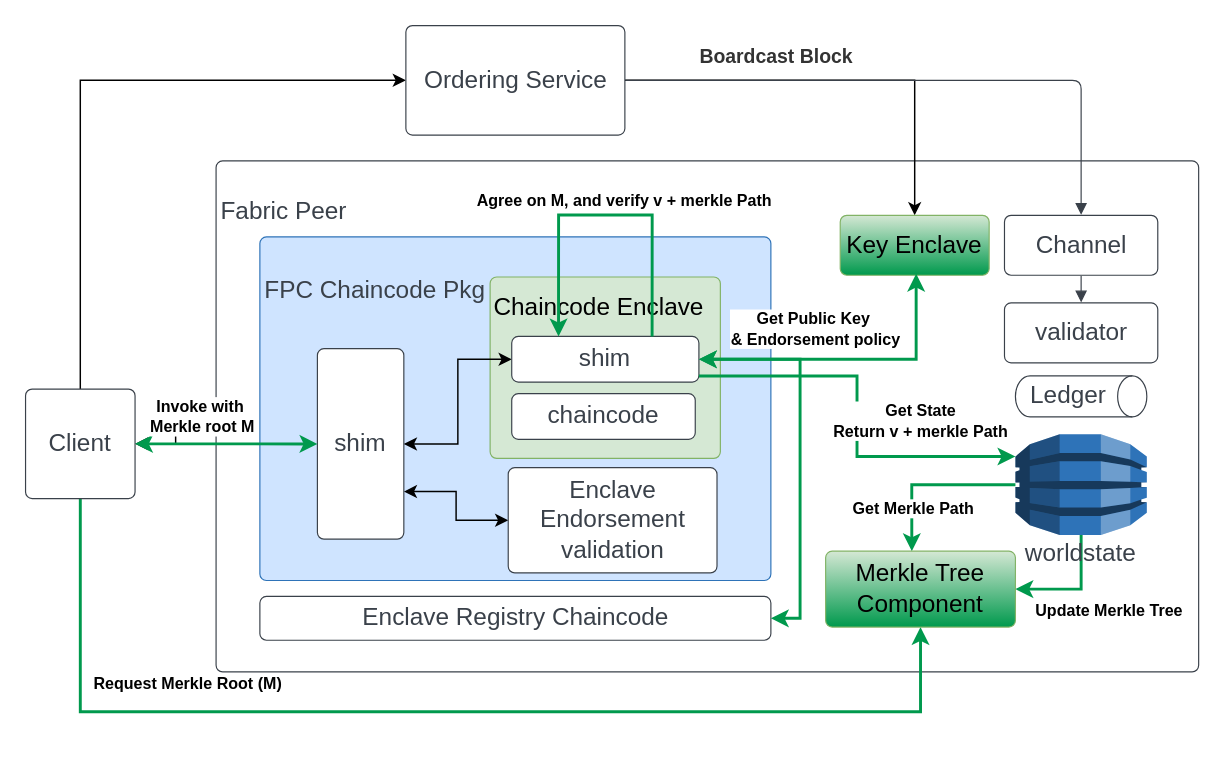
Above: MerkleArchitecture.drawio in chenchanglew/systex2024 (draw.io), before the change. Source tidied: cells renumbered, new cells numbered last; positions are measured from the earlier drawing's top-left corner, leaving out a move shared by most shapes. Both pictures are drawn from the tidied source at 146%, with x=0, y=0 at pixel (25, 25).
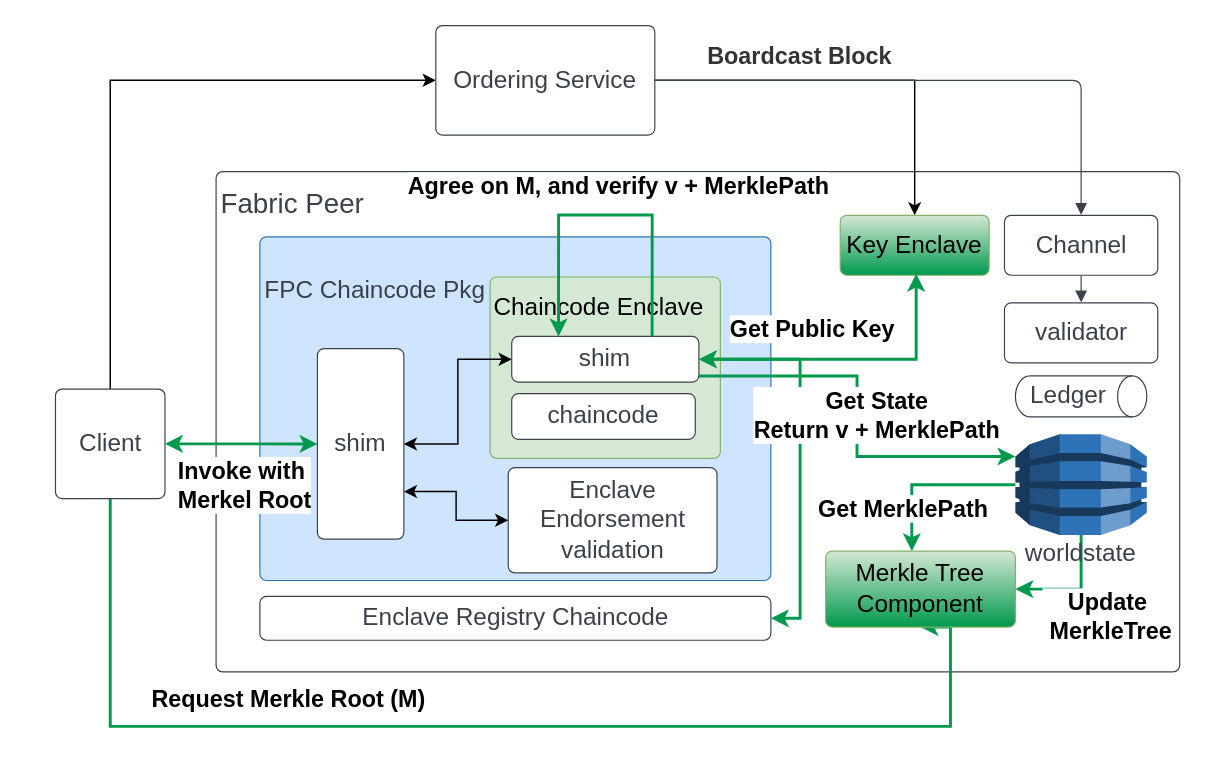
Above is the later version.

The change refers to these unchanged cells:
```xml
<mxCell id="10" style="html=1;jettySize=18;whiteSpace=wrap;fontSize=13;strokeColor=#3a414a;strokeOpacity=100;strokeWidth=0.8;rounded=1;arcSize=12;edgeStyle=orthogonalEdgeStyle;startArrow=none;endArrow=block;endFill=1;exitX=1.002;exitY=0.5;exitPerimeter=0;entryX=0.5;entryY=-0.009;entryPerimeter=0;lucidId=cE2TTOuiVxtX;" parent="1" edge="1" source="9" target="13">
  <mxGeometry relative="1" as="geometry" />
</mxCell>
<mxCell id="14" style="edgeStyle=orthogonalEdgeStyle;rounded=0;jettySize=auto;html=1;entryX=0.454;entryY=0;entryDx=0;entryDy=0;entryPerimeter=0;exitX=0;exitY=0.5;exitDx=0;exitDy=0;exitPerimeter=0;strokeWidth=2;strokeColor=#00994D;" parent="1" edge="1" source="18" target="22">
  <mxGeometry relative="1" as="geometry" />
</mxCell>
<mxCell id="16" style="edgeStyle=orthogonalEdgeStyle;rounded=0;jettySize=auto;html=1;entryX=1;entryY=0.5;entryDx=0;entryDy=0;strokeWidth=2;strokeColor=#00994D;" parent="1" edge="1" source="18" target="22">
  <mxGeometry relative="1" as="geometry" />
</mxCell>
<mxCell id="22" value="Merkle Tree Component" style="html=1;overflow=block;blockSpacing=1;whiteSpace=wrap;fontSize=16.7;spacing=3.8;strokeColor=#82b366;strokeOpacity=100;rounded=1;absoluteArcSize=1;arcSize=9;strokeWidth=0.8;lucidId=tcRUu2L1BEtK;fillColor=#d5e8d4;gradientColor=#00994D;" parent="1" vertex="1">
  <mxGeometry x="548" y="360" width="130" height="52" as="geometry" />
</mxCell>
<mxCell id="32" style="edgeStyle=orthogonalEdgeStyle;rounded=0;orthogonalLoop=1;jettySize=auto;html=1;exitX=0.75;exitY=0;exitDx=0;exitDy=0;entryX=0.25;entryY=0;entryDx=0;entryDy=0;strokeColor=#00994D;strokeWidth=2;" parent="23" edge="1" source="30" target="30">
  <mxGeometry relative="1" as="geometry">
    <Array as="points">
      <mxPoint x="269" y="-15" />
      <mxPoint x="205" y="-15" />
    </Array>
  </mxGeometry>
</mxCell>
<mxCell id="34" style="edgeStyle=orthogonalEdgeStyle;rounded=0;jettySize=auto;html=1;startArrow=classic;startFill=1;entryX=1;entryY=0.5;entryDx=0;entryDy=0;strokeWidth=2;strokeColor=#00994D;" parent="1" edge="1" source="30" target="21">
  <mxGeometry relative="1" as="geometry">
    <Array as="points">
      <mxPoint x="530.5" y="229" />
      <mxPoint x="530.5" y="406" />
    </Array>
  </mxGeometry>
</mxCell>
<mxCell id="36" style="edgeStyle=orthogonalEdgeStyle;rounded=0;jettySize=auto;html=1;entryX=0;entryY=0.22;entryDx=0;entryDy=0;entryPerimeter=0;strokeColor=#00994D;strokeWidth=2;" parent="1" edge="1" source="30" target="18">
  <mxGeometry relative="1" as="geometry">
    <Array as="points">
      <mxPoint x="569.5" y="240" />
      <mxPoint x="569.5" y="295" />
    </Array>
  </mxGeometry>
</mxCell>
<mxCell id="38" style="edgeStyle=orthogonalEdgeStyle;rounded=0;jettySize=auto;html=1;strokeColor=#00994D;strokeWidth=2;startArrow=classic;startFill=1;" parent="1" edge="1" source="7" target="27">
  <mxGeometry relative="1" as="geometry" />
</mxCell>
```

Change to the diagram source:
```diff
@@
-    <mxCell id="2" style="edgeStyle=orthogonalEdgeStyle;rounded=0;jettySize=auto;html=1;" parent="1" edge="1" source="3" target="7">
-      <mxGeometry relative="1" as="geometry" />
-    </mxCell>
-    <mxCell id="3" value="&lt;div style=&quot;text-align: left;&quot;&gt;&lt;span style=&quot;background-color: initial;&quot;&gt;Fabric Peer&lt;/span&gt;&lt;/div&gt;&lt;br&gt;&lt;br&gt;&lt;br&gt;&lt;br&gt;&lt;br&gt;&lt;br&gt;&lt;br&gt;&lt;br&gt;&lt;br&gt;&lt;br&gt;&lt;br&gt;&lt;br&gt;&lt;br&gt;&lt;br&gt;" style="html=1;overflow=block;blockSpacing=1;whiteSpace=wrap;fontSize=16.7;fontColor=#3a414a;spacing=3.8;strokeColor=#3a414a;strokeOpacity=100;rounded=1;absoluteArcSize=1;arcSize=9;strokeWidth=0.8;lucidId=cE2TcnImbqJd;" parent="1" vertex="1">
-      <mxGeometry x="130.5" y="92.7" width="673" height="350" as="geometry" />
+    <mxCell id="3" value="&lt;div style=&quot;text-align: left; font-size: 19px;&quot;&gt;&lt;span style=&quot;background-color: initial;&quot;&gt;&lt;font style=&quot;font-size: 19px;&quot;&gt;Fabric Peer&lt;/font&gt;&lt;/span&gt;&lt;/div&gt;&lt;font style=&quot;font-size: 19px;&quot;&gt;&lt;br&gt;&lt;br&gt;&lt;br&gt;&lt;br&gt;&lt;br&gt;&lt;br&gt;&lt;br&gt;&lt;br&gt;&lt;br&gt;&lt;br&gt;&lt;br&gt;&lt;br&gt;&lt;br&gt;&lt;/font&gt;" style="html=1;overflow=block;blockSpacing=1;whiteSpace=wrap;fontSize=16.7;fontColor=#3a414a;spacing=3.8;strokeColor=#3a414a;strokeOpacity=100;rounded=1;absoluteArcSize=1;arcSize=9;strokeWidth=0.8;lucidId=cE2TcnImbqJd;" parent="1" vertex="1">
+      <mxGeometry x="130.5" y="100" width="660" height="342.7" as="geometry" />
     </mxCell>
     <mxCell id="4" style="edgeStyle=orthogonalEdgeStyle;rounded=0;jettySize=auto;html=1;entryX=0.5;entryY=1;entryDx=0;entryDy=0;strokeColor=#00994D;strokeWidth=2;" parent="1" edge="1" source="7" target="22">
       <mxGeometry relative="1" as="geometry">
         <Array as="points">
-          <mxPoint x="37.5" y="470" />
-          <mxPoint x="613.5" y="470" />
+          <mxPoint x="58.5" y="480" />
+          <mxPoint x="633.5" y="480" />
         </Array>
       </mxGeometry>
     </mxCell>
-    <mxCell id="5" value="&lt;b&gt;Request Merkle Root (M)&lt;/b&gt;" style="edgeLabel;html=1;align=center;verticalAlign=middle;" parent="4" vertex="1">
+    <mxCell id="5" value="&lt;b&gt;&lt;font style=&quot;font-size: 16px;&quot;&gt;Request Merkle Root (M)&lt;/font&gt;&lt;/b&gt;" style="edgeLabel;html=1;align=center;verticalAlign=middle;" parent="4" vertex="1">
       <mxGeometry x="-0.59" y="1" relative="1" as="geometry">
-        <mxPoint x="59" y="-19" as="offset" />
+        <mxPoint x="109" y="-19" as="offset" />
       </mxGeometry>
     </mxCell>
     <mxCell id="6" style="edgeStyle=orthogonalEdgeStyle;rounded=0;jettySize=auto;html=1;entryX=0;entryY=0.5;entryDx=0;entryDy=0;" parent="1" edge="1" source="7" target="9">
       <mxGeometry relative="1" as="geometry">
         <Array as="points">
-          <mxPoint x="37" y="38" />
+          <mxPoint x="57.5" y="38" />
         </Array>
       </mxGeometry>
     </mxCell>
     <mxCell id="7" value="Client" style="html=1;overflow=block;blockSpacing=1;whiteSpace=wrap;fontSize=16.7;fontColor=#3a414a;spacing=3.8;strokeColor=#3a414a;strokeOpacity=100;rounded=1;absoluteArcSize=1;arcSize=9;strokeWidth=0.8;lucidId=cE2TcnImbqJd;" parent="1" vertex="1">
-      <mxGeometry y="249" width="75" height="75" as="geometry" />
+      <mxGeometry x="20.5" y="249" width="75" height="75" as="geometry" />
     </mxCell>
@@
     <mxCell id="9" value="Ordering Service" style="html=1;overflow=block;blockSpacing=1;whiteSpace=wrap;fontSize=16.7;fontColor=#3a414a;spacing=3.8;strokeColor=#3a414a;strokeOpacity=100;rounded=1;absoluteArcSize=1;arcSize=9;strokeWidth=0.8;lucidId=cE2T7upM-5wP;" parent="1" vertex="1">
-      <mxGeometry x="260.5" width="150" height="75" as="geometry" />
+      <mxGeometry x="281" width="150" height="75" as="geometry" />
     </mxCell>
@@
-    <mxCell id="11" value="Boardcast Block" style="text;html=1;labelBackgroundColor=default;align=center;verticalAlign=middle;fontStyle=1;fontColor=#333333;fontSize=13.3;" parent="10" vertex="1">
+    <mxCell id="11" value="&lt;font style=&quot;font-size: 16px;&quot;&gt;Boardcast Block&lt;/font&gt;" style="text;html=1;labelBackgroundColor=default;align=center;verticalAlign=middle;fontStyle=1;fontColor=#333333;fontSize=13.3;" parent="10" vertex="1">
       <mxGeometry x="-0.48" relative="1" as="geometry">
         <mxPoint x="-2" y="-17" as="offset" />
       </mxGeometry>
     </mxCell>
@@
-    <mxCell id="15" value="&lt;b&gt;Get Merkle Path&lt;/b&gt;" style="edgeLabel;html=1;align=center;verticalAlign=middle;" parent="14" vertex="1">
+    <mxCell id="15" value="&lt;b&gt;&lt;font style=&quot;font-size: 16px;&quot;&gt;Get MerklePath&lt;/font&gt;&lt;/b&gt;" style="edgeLabel;html=1;align=center;verticalAlign=middle;" parent="14" vertex="1">
       <mxGeometry x="0.4" relative="1" as="geometry">
-        <mxPoint y="5" as="offset" />
+        <mxPoint x="-7" y="5" as="offset" />
       </mxGeometry>
     </mxCell>
@@
-    <mxCell id="17" value="&lt;b&gt;Update Merkle Tree&lt;/b&gt;" style="edgeLabel;html=1;align=center;verticalAlign=middle;" parent="16" vertex="1">
+    <mxCell id="17" value="&lt;b&gt;&lt;font style=&quot;font-size: 16px;&quot;&gt;Update&lt;br&gt;&amp;nbsp;MerkleTree&lt;/font&gt;&lt;/b&gt;" style="edgeLabel;html=1;align=center;verticalAlign=middle;" parent="16" vertex="1">
       <mxGeometry x="-0.1" relative="1" as="geometry">
-        <mxPoint x="18" y="14" as="offset" />
+        <mxPoint x="17" y="18" as="offset" />
       </mxGeometry>
     </mxCell>
@@
-    <mxCell id="33" value="&lt;b&gt;Agree on M, and verify v + merkle Path&lt;/b&gt;" style="edgeLabel;html=1;align=center;verticalAlign=middle;" parent="32" vertex="1">
+    <mxCell id="33" value="&lt;b&gt;&lt;font style=&quot;font-size: 16px;&quot;&gt;Agree on M, and verify v + MerklePath&lt;/font&gt;&lt;/b&gt;" style="edgeLabel;html=1;align=center;verticalAlign=middle;" parent="32" vertex="1">
       <mxGeometry x="-0.07" y="1" relative="1" as="geometry">
-        <mxPoint x="4" y="-11" as="offset" />
+        <mxPoint y="-21" as="offset" />
       </mxGeometry>
     </mxCell>
@@
-    <mxCell id="35" value="&lt;b&gt;Get Public Key&amp;nbsp;&lt;br&gt;&amp;amp; Endorsement policy&lt;/b&gt;" style="edgeLabel;html=1;align=center;verticalAlign=middle;" parent="34" vertex="1">
+    <mxCell id="35" value="&lt;b&gt;&lt;font style=&quot;font-size: 16px;&quot;&gt;Get Public Key&amp;nbsp;&lt;/font&gt;&lt;br&gt;&lt;/b&gt;" style="edgeLabel;html=1;align=center;verticalAlign=middle;" parent="34" vertex="1">
       <mxGeometry x="-0.41" y="-1" relative="1" as="geometry">
         <mxPoint x="11" y="-31" as="offset" />
       </mxGeometry>
     </mxCell>
@@
-    <mxCell id="37" value="&lt;b&gt;Get State&lt;br&gt;Return v + merkle Path&lt;/b&gt;" style="edgeLabel;html=1;align=center;verticalAlign=middle;" parent="36" vertex="1">
+    <mxCell id="37" value="&lt;b style=&quot;font-size: 16px;&quot;&gt;Get State&lt;br&gt;Return v + MerklePath&lt;/b&gt;" style="edgeLabel;html=1;align=center;verticalAlign=middle;" parent="36" vertex="1">
       <mxGeometry x="0.49" y="1" relative="1" as="geometry">
-        <mxPoint x="4" y="-24" as="offset" />
+        <mxPoint x="-26" y="-28" as="offset" />
       </mxGeometry>
     </mxCell>
@@
-    <mxCell id="39" value="&lt;b&gt;Invoke with&amp;nbsp;&lt;br&gt;Merkle root M&lt;/b&gt;" style="edgeLabel;html=1;align=center;verticalAlign=middle;" parent="38" vertex="1">
+    <mxCell id="39" value="&lt;b&gt;&lt;font size=&quot;3&quot;&gt;Invoke with&amp;nbsp;&lt;/font&gt;&lt;br&gt;&lt;font size=&quot;3&quot;&gt;Merkel Root&lt;/font&gt;&lt;br&gt;&lt;/b&gt;" style="edgeLabel;html=1;align=center;verticalAlign=middle;" parent="38" vertex="1">
       <mxGeometry x="-0.53" relative="1" as="geometry">
-        <mxPoint x="16" y="-19" as="offset" />
+        <mxPoint x="29" y="28" as="offset" />
       </mxGeometry>
     </mxCell>
```
